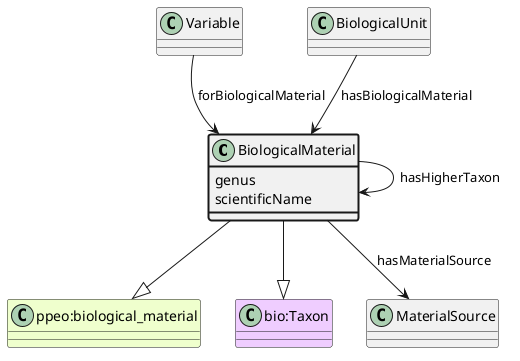
The PlantUML diagram ttl_uml/ttl_appn_BiologicalMaterial.png in aus-plant-phenomics-network/appn-schema, before a commit.
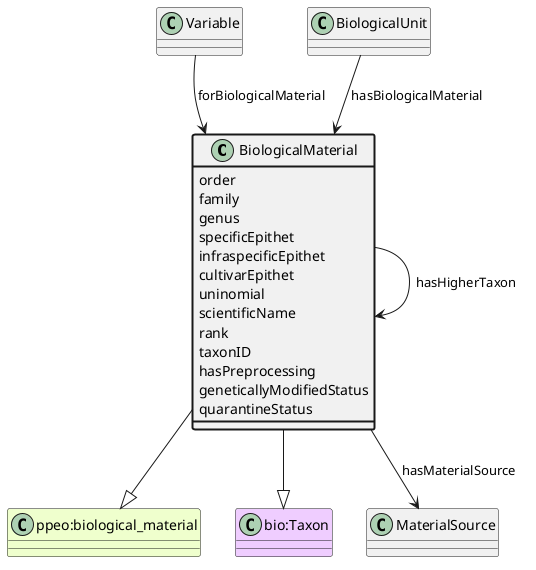
After the change.

What changed in the source:
```diff
@@ -12,9 +12,42 @@
 class MaterialSource
 BiologicalMaterial --> MaterialSource : hasMaterialSource
 class BiologicalMaterial #line.bold {
+    order
+}
+class BiologicalMaterial #line.bold {
+    family
+}
+class BiologicalMaterial #line.bold {
     genus
+}
+class BiologicalMaterial #line.bold {
+    specificEpithet
+}
+class BiologicalMaterial #line.bold {
+    infraspecificEpithet
+}
+class BiologicalMaterial #line.bold {
+    cultivarEpithet
+}
+class BiologicalMaterial #line.bold {
+    uninomial
 }
 class BiologicalMaterial #line.bold {
     scientificName
 }
+class BiologicalMaterial #line.bold {
+    rank
+}
+class BiologicalMaterial #line.bold {
+    taxonID
+}
+class BiologicalMaterial #line.bold {
+    hasPreprocessing
+}
+class BiologicalMaterial #line.bold {
+    geneticallyModifiedStatus
+}
+class BiologicalMaterial #line.bold {
+    quarantineStatus
+}
 @enduml
```
